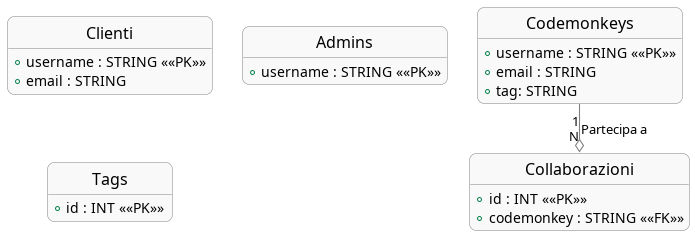
Above: docs/assets/plantuml/er.png in iacobucci/codemonkey (PlantUML), before the change. Source of this version:
```plantuml
@startuml
!include style/er.plantuml


!define ENTITY entity

!define PRIMARY_KEY <<PK>>
!define FOREIGN_KEY <<FK>>

ENTITY Codemonkeys {
  + username : STRING <<PRIMARY_KEY>>
  + email : STRING
  + tag: STRING
}

ENTITY Clienti {
  + username : STRING <<PRIMARY_KEY>>
  + email : STRING
}

ENTITY Admins {
  + username : STRING <<PRIMARY_KEY>>
}

ENTITY Collaborazioni {
  + id : INT <<PRIMARY_KEY>>
  + codemonkey : STRING <<FOREIGN_KEY>>
}

ENTITY Tags {
  + id : INT <<PRIMARY_KEY>>
}



Codemonkeys "1" --o "N" Collaborazioni : Partecipa a
@enduml
```
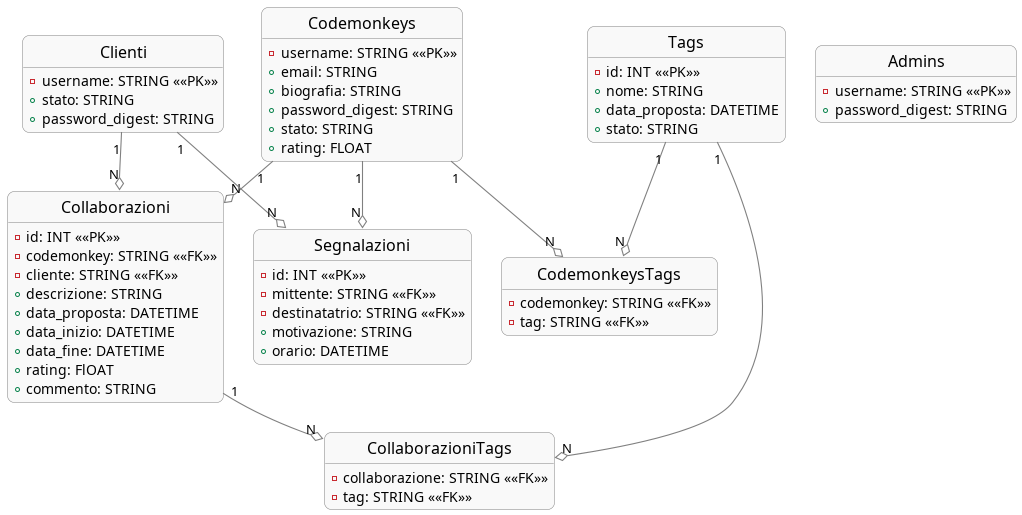
The same file after the commit.

Diff of the diagram source:
```diff
@@ -8,30 +8,73 @@
 !define FOREIGN_KEY <<FK>>
 
 ENTITY Codemonkeys {
-  + username : STRING <<PRIMARY_KEY>>
-  + email : STRING
-  + tag: STRING
+  - username: STRING <<PRIMARY_KEY>>
+  + email: STRING
+  + biografia: STRING
+  + password_digest: STRING
+  + stato: STRING
+  + rating: FLOAT
 }
 
 ENTITY Clienti {
-  + username : STRING <<PRIMARY_KEY>>
-  + email : STRING
+  - username: STRING <<PRIMARY_KEY>>
+  + stato: STRING
+  + password_digest: STRING
 }
 
 ENTITY Admins {
-  + username : STRING <<PRIMARY_KEY>>
+  - username: STRING <<PRIMARY_KEY>>
+  + password_digest: STRING
 }
 
 ENTITY Collaborazioni {
-  + id : INT <<PRIMARY_KEY>>
-  + codemonkey : STRING <<FOREIGN_KEY>>
+  - id: INT <<PRIMARY_KEY>>
+  - codemonkey: STRING <<FOREIGN_KEY>>
+  - cliente: STRING <<FOREIGN_KEY>>
+  + descrizione: STRING
+  + data_proposta: DATETIME
+  + data_inizio: DATETIME
+  + data_fine: DATETIME
+  + rating: FlOAT
+  + commento: STRING
 }
 
 ENTITY Tags {
-  + id : INT <<PRIMARY_KEY>>
+  - id: INT <<PRIMARY_KEY>>
+  + nome: STRING
+  + data_proposta: DATETIME
+  + stato: STRING
+}
+
+ENTITY CodemonkeysTags {
+  - codemonkey: STRING <<FOREIGN_KEY>>
+  - tag: STRING <<FOREIGN_KEY>>
+}
+
+ENTITY CollaborazioniTags {
+  - collaborazione: STRING <<FOREIGN_KEY>>
+  - tag: STRING <<FOREIGN_KEY>>
+}
+
+ENTITY Segnalazioni {
+  - id: INT <<PRIMARY_KEY>>
+  - mittente: STRING <<FOREIGN_KEY>>
+  - destinatatrio: STRING <<FOREIGN_KEY>>
+  + motivazione: STRING
+  + orario: DATETIME
 }
 
 
+Codemonkeys "1" --o "N" Collaborazioni
+Clienti "1" --o "N" Collaborazioni
 
-Codemonkeys "1" --o "N" Collaborazioni : Partecipa a
+Codemonkeys "1" --o "N" CodemonkeysTags
+Tags "1" --o "N" CodemonkeysTags
+
+Collaborazioni "1" --o "N" CollaborazioniTags
+Tags "1" --o "N" CollaborazioniTags
+
+Codemonkeys "1" --o "N" Segnalazioni
+Clienti "1" --o "N" Segnalazioni
+
 @enduml
```
